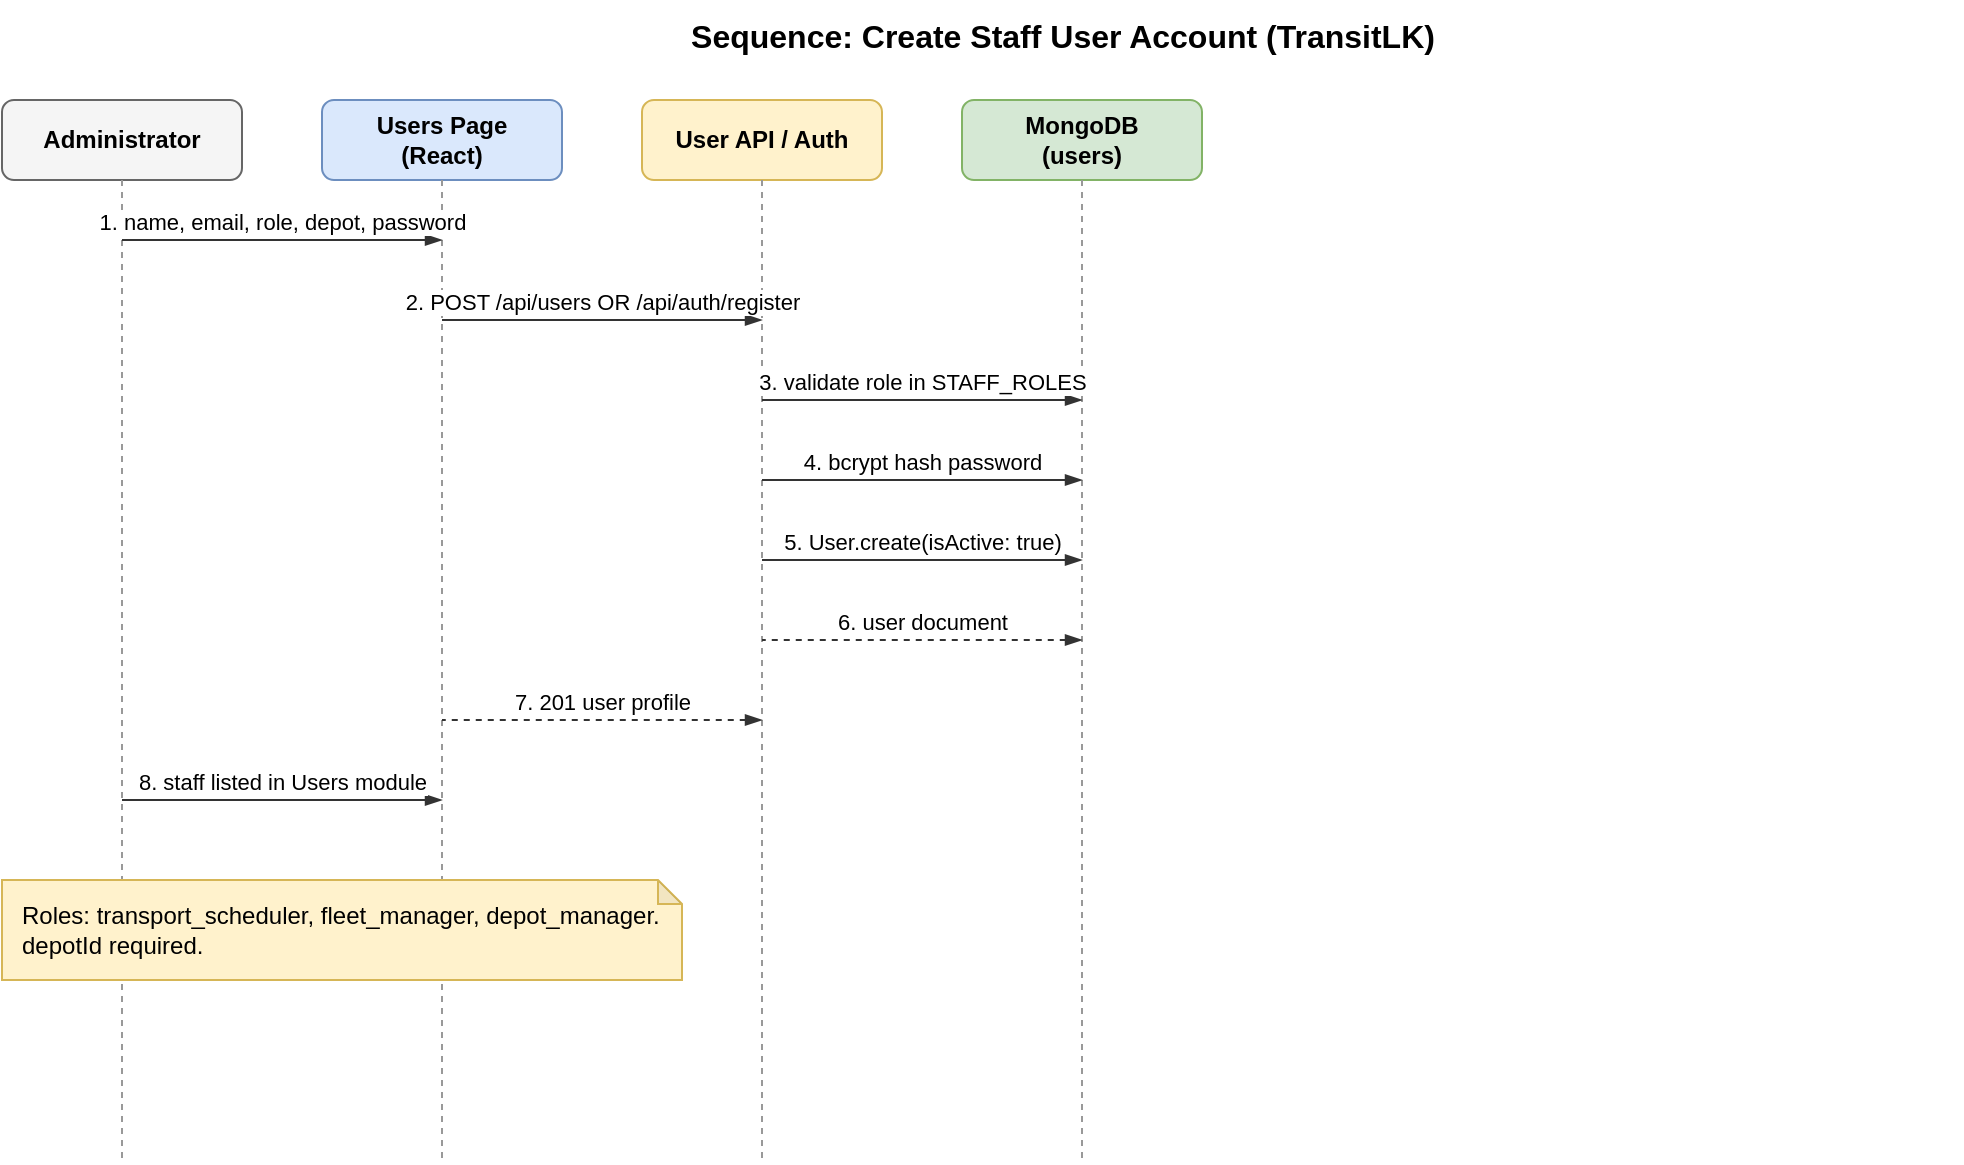
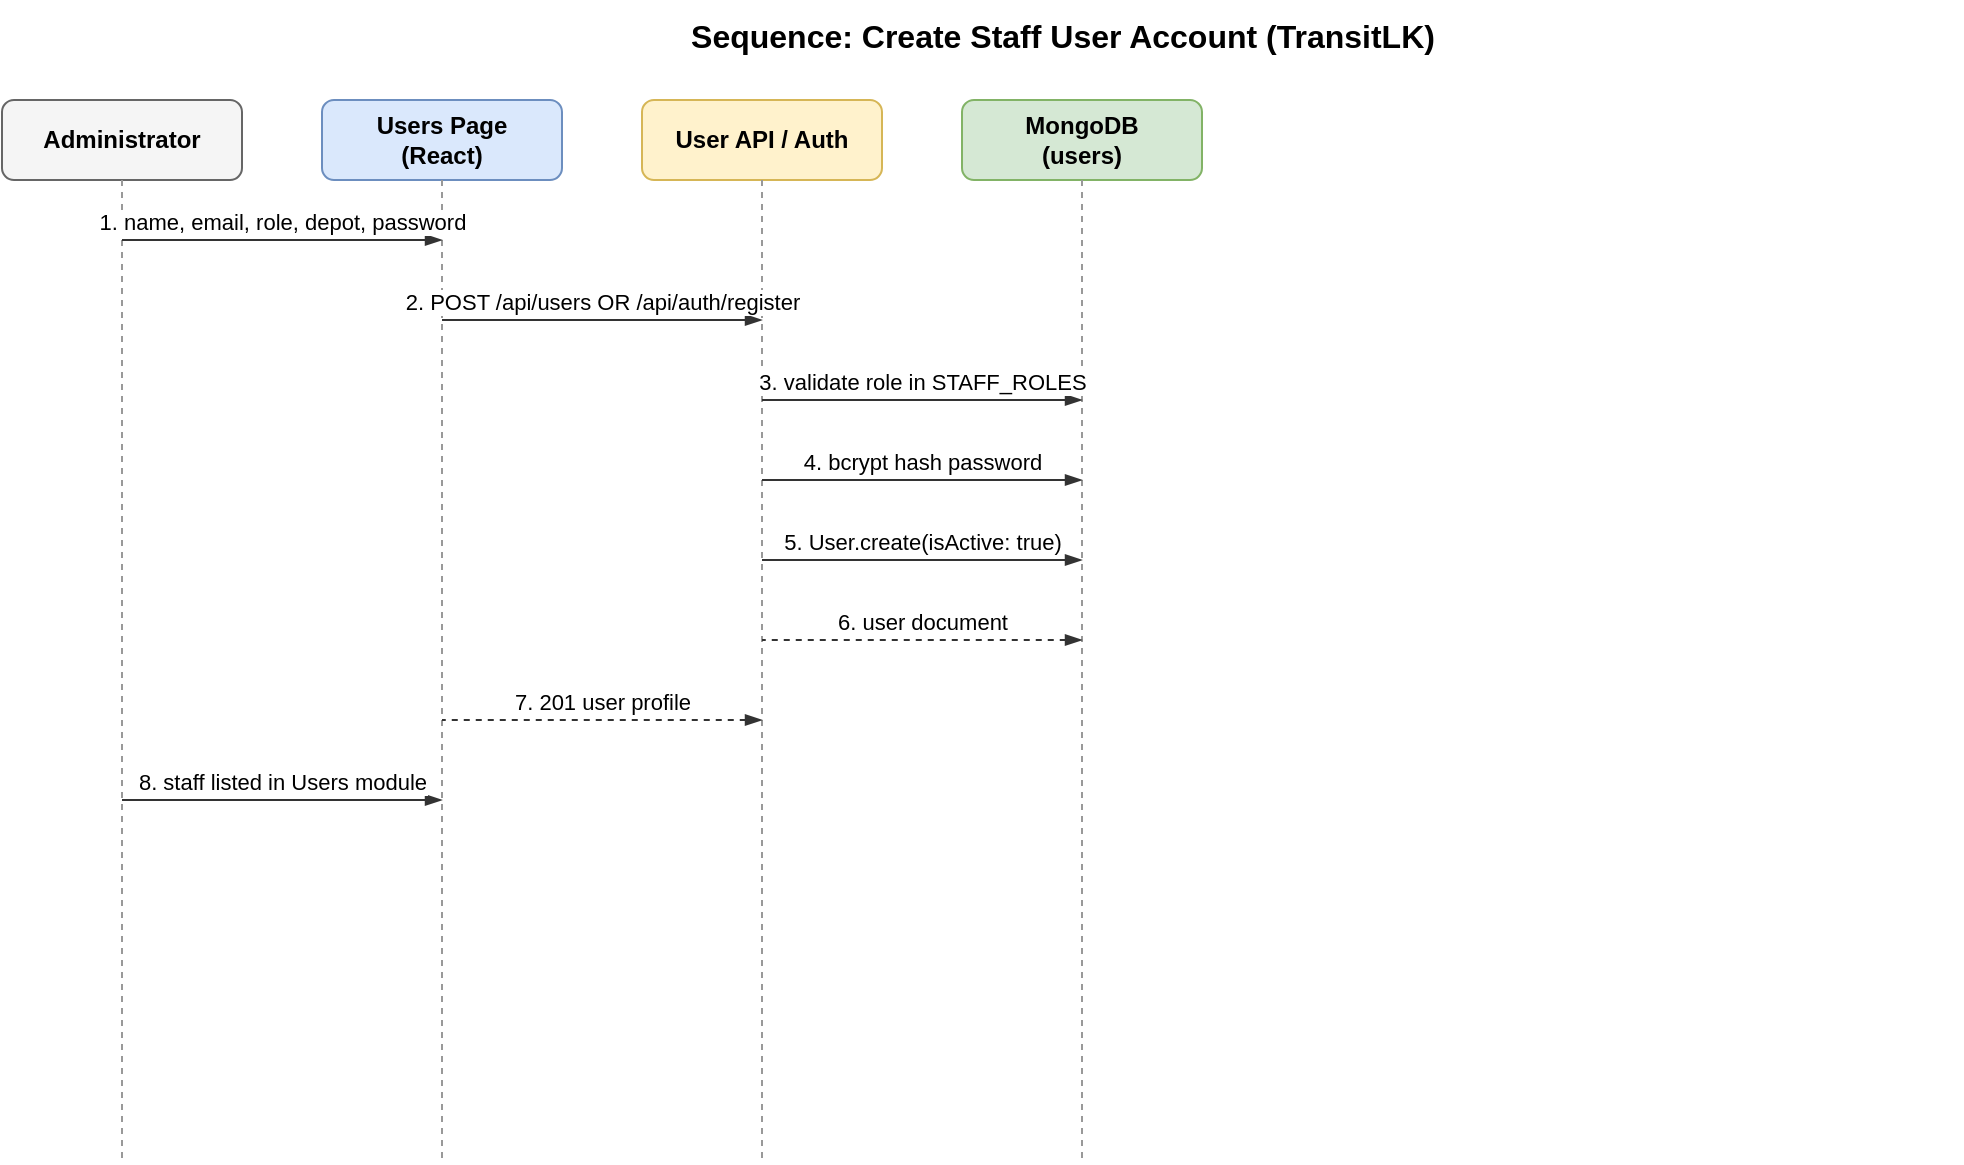
- <?xml version="1.0" encoding="UTF-8"?>
- <mxfile host="app.diagrams.net" agent="TransitLK" version="22.1.0" type="device">
+ <mxfile host="Electron" agent="TransitLK">
  <diagram id="10-create-staff-user" name="10-create-staff-user">
-     <mxGraphModel dx="1200" dy="800" grid="1" gridSize="10" guides="1" tooltips="1" connect="1" arrows="1" fold="1" page="1" pageScale="1" pageWidth="1100" pageHeight="540" math="0" shadow="0">
+     <mxGraphModel dx="993" dy="744" grid="0" gridSize="10" guides="1" tooltips="1" connect="1" arrows="1" fold="1" page="1" pageScale="1" pageWidth="1100" pageHeight="540" math="0" shadow="0">
      <root>
-         <mxCell id="0"/>
-         <mxCell id="1" parent="0"/>
-         <mxCell id="2" value="Sequence: Create Staff User Account (TransitLK)" style="text;html=1;strokeColor=none;fillColor=none;align=center;verticalAlign=middle;fontStyle=1;fontSize=16;" vertex="1" parent="1">
-           <mxGeometry x="120" y="20" width="900" height="36" as="geometry"/>
+         <mxCell id="0" />
+         <mxCell id="1" parent="0" />
+         <mxCell id="2" parent="1" style="text;html=1;strokeColor=none;fillColor=none;align=center;verticalAlign=middle;fontStyle=1;fontSize=16;" value="Sequence: Create Staff User Account (TransitLK)" vertex="1">
+           <mxGeometry height="36" width="900" x="120" y="20" as="geometry" />
        </mxCell>
-         <mxCell id="3" value="Administrator" style="rounded=1;whiteSpace=wrap;html=1;fillColor=#f5f5f5;strokeColor=#666666;fontStyle=1;align=center;" vertex="1" parent="1">
-           <mxGeometry x="40" y="70" width="120" height="40" as="geometry"/>
+         <mxCell id="3" parent="1" style="rounded=1;whiteSpace=wrap;html=1;fillColor=#f5f5f5;strokeColor=#666666;fontStyle=1;align=center;" value="Administrator" vertex="1">
+           <mxGeometry height="40" width="120" x="40" y="70" as="geometry" />
        </mxCell>
-         <mxCell id="4" value="" style="endArrow=none;dashed=1;html=1;strokeColor=#999999;" edge="1" parent="1">
+         <mxCell id="4" edge="1" parent="1" style="endArrow=none;dashed=1;html=1;strokeColor=#999999;" value="">
          <mxGeometry relative="1" as="geometry">
-             <mxPoint x="100" y="110" as="sourcePoint"/>
-             <mxPoint x="100" y="600" as="targetPoint"/>
+             <mxPoint x="100" y="110" as="sourcePoint" />
+             <mxPoint x="100" y="600" as="targetPoint" />
          </mxGeometry>
        </mxCell>
-         <mxCell id="5" value="Users Page&lt;br&gt;(React)" style="rounded=1;whiteSpace=wrap;html=1;fillColor=#dae8fc;strokeColor=#6c8ebf;fontStyle=1;align=center;" vertex="1" parent="1">
-           <mxGeometry x="200" y="70" width="120" height="40" as="geometry"/>
+         <mxCell id="5" parent="1" style="rounded=1;whiteSpace=wrap;html=1;fillColor=#dae8fc;strokeColor=#6c8ebf;fontStyle=1;align=center;" value="Users Page&lt;br&gt;(React)" vertex="1">
+           <mxGeometry height="40" width="120" x="200" y="70" as="geometry" />
        </mxCell>
-         <mxCell id="6" value="" style="endArrow=none;dashed=1;html=1;strokeColor=#999999;" edge="1" parent="1">
+         <mxCell id="6" edge="1" parent="1" style="endArrow=none;dashed=1;html=1;strokeColor=#999999;" value="">
          <mxGeometry relative="1" as="geometry">
-             <mxPoint x="260" y="110" as="sourcePoint"/>
-             <mxPoint x="260" y="600" as="targetPoint"/>
+             <mxPoint x="260" y="110" as="sourcePoint" />
+             <mxPoint x="260" y="600" as="targetPoint" />
          </mxGeometry>
        </mxCell>
-         <mxCell id="7" value="User API / Auth" style="rounded=1;whiteSpace=wrap;html=1;fillColor=#fff2cc;strokeColor=#d6b656;fontStyle=1;align=center;" vertex="1" parent="1">
-           <mxGeometry x="360" y="70" width="120" height="40" as="geometry"/>
+         <mxCell id="7" parent="1" style="rounded=1;whiteSpace=wrap;html=1;fillColor=#fff2cc;strokeColor=#d6b656;fontStyle=1;align=center;" value="User API / Auth" vertex="1">
+           <mxGeometry height="40" width="120" x="360" y="70" as="geometry" />
        </mxCell>
-         <mxCell id="8" value="" style="endArrow=none;dashed=1;html=1;strokeColor=#999999;" edge="1" parent="1">
+         <mxCell id="8" edge="1" parent="1" style="endArrow=none;dashed=1;html=1;strokeColor=#999999;" value="">
          <mxGeometry relative="1" as="geometry">
-             <mxPoint x="420" y="110" as="sourcePoint"/>
-             <mxPoint x="420" y="600" as="targetPoint"/>
+             <mxPoint x="420" y="110" as="sourcePoint" />
+             <mxPoint x="420" y="600" as="targetPoint" />
          </mxGeometry>
        </mxCell>
-         <mxCell id="9" value="MongoDB&lt;br&gt;(users)" style="rounded=1;whiteSpace=wrap;html=1;fillColor=#d5e8d4;strokeColor=#82b366;fontStyle=1;align=center;" vertex="1" parent="1">
-           <mxGeometry x="520" y="70" width="120" height="40" as="geometry"/>
+         <mxCell id="9" parent="1" style="rounded=1;whiteSpace=wrap;html=1;fillColor=#d5e8d4;strokeColor=#82b366;fontStyle=1;align=center;" value="MongoDB&lt;br&gt;(users)" vertex="1">
+           <mxGeometry height="40" width="120" x="520" y="70" as="geometry" />
        </mxCell>
-         <mxCell id="10" value="" style="endArrow=none;dashed=1;html=1;strokeColor=#999999;" edge="1" parent="1">
+         <mxCell id="10" edge="1" parent="1" style="endArrow=none;dashed=1;html=1;strokeColor=#999999;" value="">
          <mxGeometry relative="1" as="geometry">
-             <mxPoint x="580" y="110" as="sourcePoint"/>
-             <mxPoint x="580" y="600" as="targetPoint"/>
+             <mxPoint x="580" y="110" as="sourcePoint" />
+             <mxPoint x="580" y="600" as="targetPoint" />
          </mxGeometry>
        </mxCell>
-         <mxCell id="11" value="1. name, email, role, depot, password" style="endArrow=blockThin;endFill=1;startArrow=none;html=1;strokeColor=#333333;fontSize=11;verticalAlign=bottom;labelBackgroundColor=#ffffff;" edge="1" parent="1">
+         <mxCell id="11" edge="1" parent="1" style="endArrow=blockThin;endFill=1;startArrow=none;html=1;strokeColor=#333333;fontSize=11;verticalAlign=bottom;labelBackgroundColor=#ffffff;" value="1. name, email, role, depot, password">
          <mxGeometry relative="1" as="geometry">
-             <mxPoint x="100" y="140" as="sourcePoint"/>
-             <mxPoint x="260" y="140" as="targetPoint"/>
+             <mxPoint x="100" y="140" as="sourcePoint" />
+             <mxPoint x="260" y="140" as="targetPoint" />
          </mxGeometry>
        </mxCell>
-         <mxCell id="12" value="2. POST /api/users OR /api/auth/register" style="endArrow=blockThin;endFill=1;startArrow=none;html=1;strokeColor=#333333;fontSize=11;verticalAlign=bottom;labelBackgroundColor=#ffffff;" edge="1" parent="1">
+         <mxCell id="12" edge="1" parent="1" style="endArrow=blockThin;endFill=1;startArrow=none;html=1;strokeColor=#333333;fontSize=11;verticalAlign=bottom;labelBackgroundColor=#ffffff;" value="2. POST /api/users OR /api/auth/register">
          <mxGeometry relative="1" as="geometry">
-             <mxPoint x="260" y="180" as="sourcePoint"/>
-             <mxPoint x="420" y="180" as="targetPoint"/>
+             <mxPoint x="260" y="180" as="sourcePoint" />
+             <mxPoint x="420" y="180" as="targetPoint" />
          </mxGeometry>
        </mxCell>
-         <mxCell id="13" value="3. validate role in STAFF_ROLES" style="endArrow=blockThin;endFill=1;startArrow=none;html=1;strokeColor=#333333;fontSize=11;verticalAlign=bottom;labelBackgroundColor=#ffffff;" edge="1" parent="1">
+         <mxCell id="13" edge="1" parent="1" style="endArrow=blockThin;endFill=1;startArrow=none;html=1;strokeColor=#333333;fontSize=11;verticalAlign=bottom;labelBackgroundColor=#ffffff;" value="3. validate role in STAFF_ROLES">
          <mxGeometry relative="1" as="geometry">
-             <mxPoint x="420" y="220" as="sourcePoint"/>
-             <mxPoint x="580" y="220" as="targetPoint"/>
+             <mxPoint x="420" y="220" as="sourcePoint" />
+             <mxPoint x="580" y="220" as="targetPoint" />
          </mxGeometry>
        </mxCell>
-         <mxCell id="14" value="4. bcrypt hash password" style="endArrow=blockThin;endFill=1;startArrow=none;html=1;strokeColor=#333333;fontSize=11;verticalAlign=bottom;labelBackgroundColor=#ffffff;" edge="1" parent="1">
+         <mxCell id="14" edge="1" parent="1" style="endArrow=blockThin;endFill=1;startArrow=none;html=1;strokeColor=#333333;fontSize=11;verticalAlign=bottom;labelBackgroundColor=#ffffff;" value="4. bcrypt hash password">
          <mxGeometry relative="1" as="geometry">
-             <mxPoint x="420" y="260" as="sourcePoint"/>
-             <mxPoint x="580" y="260" as="targetPoint"/>
+             <mxPoint x="420" y="260" as="sourcePoint" />
+             <mxPoint x="580" y="260" as="targetPoint" />
          </mxGeometry>
        </mxCell>
-         <mxCell id="15" value="5. User.create(isActive: true)" style="endArrow=blockThin;endFill=1;startArrow=none;html=1;strokeColor=#333333;fontSize=11;verticalAlign=bottom;labelBackgroundColor=#ffffff;" edge="1" parent="1">
+         <mxCell id="15" edge="1" parent="1" style="endArrow=blockThin;endFill=1;startArrow=none;html=1;strokeColor=#333333;fontSize=11;verticalAlign=bottom;labelBackgroundColor=#ffffff;" value="5. User.create(isActive: true)">
          <mxGeometry relative="1" as="geometry">
-             <mxPoint x="420" y="300" as="sourcePoint"/>
-             <mxPoint x="580" y="300" as="targetPoint"/>
+             <mxPoint x="420" y="300" as="sourcePoint" />
+             <mxPoint x="580" y="300" as="targetPoint" />
          </mxGeometry>
        </mxCell>
-         <mxCell id="16" value="6. user document" style="startArrow=blockThin;startFill=1;endArrow=none;dashed=1;html=1;strokeColor=#333333;fontSize=11;verticalAlign=bottom;labelBackgroundColor=#ffffff;" edge="1" parent="1">
+         <mxCell id="16" edge="1" parent="1" style="startArrow=blockThin;startFill=1;endArrow=none;dashed=1;html=1;strokeColor=#333333;fontSize=11;verticalAlign=bottom;labelBackgroundColor=#ffffff;" value="6. user document">
          <mxGeometry relative="1" as="geometry">
-             <mxPoint x="580" y="340" as="sourcePoint"/>
-             <mxPoint x="420" y="340" as="targetPoint"/>
+             <mxPoint x="580" y="340" as="sourcePoint" />
+             <mxPoint x="420" y="340" as="targetPoint" />
          </mxGeometry>
        </mxCell>
-         <mxCell id="17" value="7. 201 user profile" style="startArrow=blockThin;startFill=1;endArrow=none;dashed=1;html=1;strokeColor=#333333;fontSize=11;verticalAlign=bottom;labelBackgroundColor=#ffffff;" edge="1" parent="1">
+         <mxCell id="17" edge="1" parent="1" style="startArrow=blockThin;startFill=1;endArrow=none;dashed=1;html=1;strokeColor=#333333;fontSize=11;verticalAlign=bottom;labelBackgroundColor=#ffffff;" value="7. 201 user profile">
          <mxGeometry relative="1" as="geometry">
-             <mxPoint x="420" y="380" as="sourcePoint"/>
-             <mxPoint x="260" y="380" as="targetPoint"/>
+             <mxPoint x="420" y="380" as="sourcePoint" />
+             <mxPoint x="260" y="380" as="targetPoint" />
          </mxGeometry>
        </mxCell>
-         <mxCell id="18" value="8. staff listed in Users module" style="startArrow=blockThin;startFill=1;endArrow=none;html=1;strokeColor=#333333;fontSize=11;verticalAlign=bottom;labelBackgroundColor=#ffffff;" edge="1" parent="1">
+         <mxCell id="18" edge="1" parent="1" style="startArrow=blockThin;startFill=1;endArrow=none;html=1;strokeColor=#333333;fontSize=11;verticalAlign=bottom;labelBackgroundColor=#ffffff;" value="8. staff listed in Users module">
          <mxGeometry relative="1" as="geometry">
-             <mxPoint x="260" y="420" as="sourcePoint"/>
-             <mxPoint x="100" y="420" as="targetPoint"/>
+             <mxPoint x="260" y="420" as="sourcePoint" />
+             <mxPoint x="100" y="420" as="targetPoint" />
          </mxGeometry>
-         </mxCell>
-         <mxCell id="19" value="Roles: transport_scheduler, fleet_manager, depot_manager.&lt;br&gt;depotId required." style="shape=note;whiteSpace=wrap;html=1;backgroundOutline=1;darkOpacity=0.05;fillColor=#fff2cc;strokeColor=#d6b656;size=12;align=left;spacingLeft=8;" vertex="1" parent="1">
-           <mxGeometry x="40" y="460" width="340" height="50" as="geometry"/>
        </mxCell>
      </root>
    </mxGraphModel>
  </diagram>
- </mxfile>+ </mxfile>
